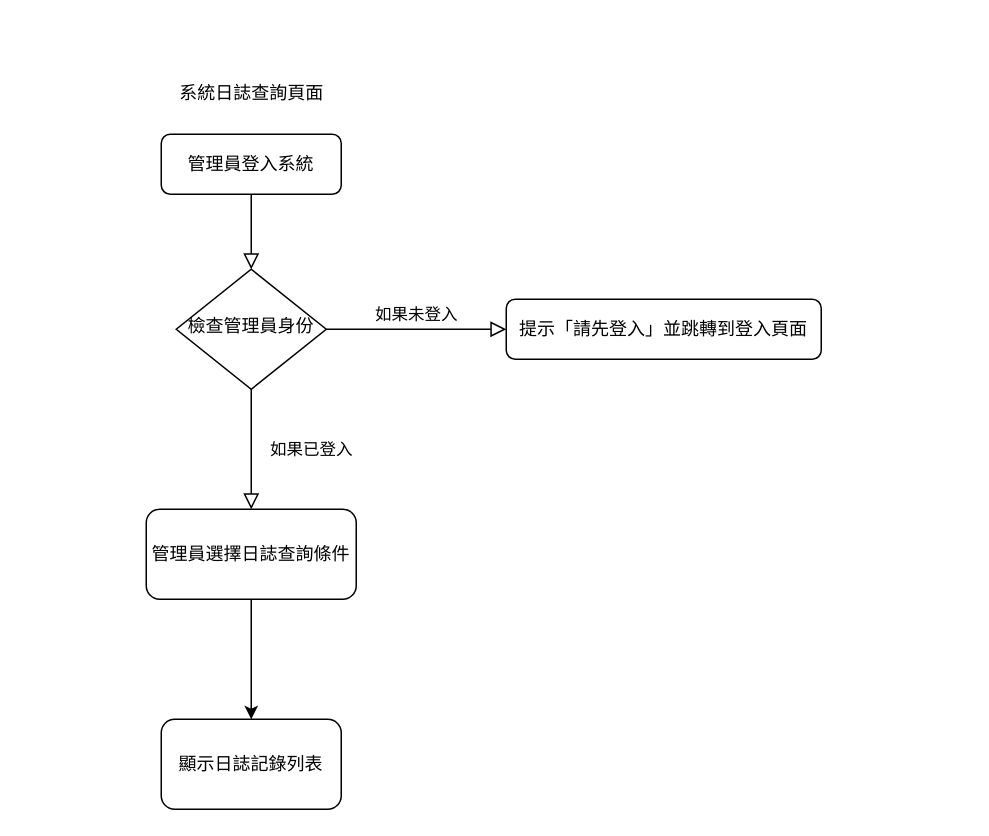
The draw.io diagram 系統流程圖(系統日誌查詢頁面).drawio in hak99101314/Maintenance-inquiry-system, before the edit. Source tidied: cells renumbered, new cells numbered last; positions are measured from the earlier drawing's top-left corner, leaving out a move shared by most shapes. Both pictures are drawn from the tidied source at 150%, with x=0, y=0 at pixel (146, 70).
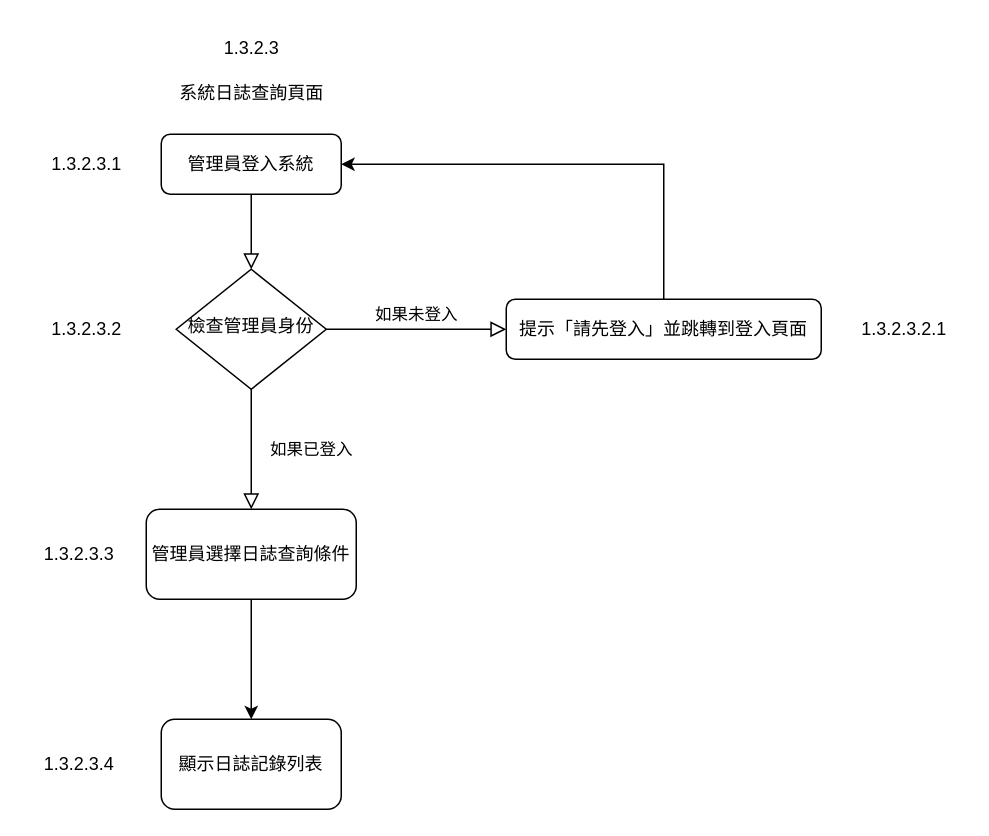
The same diagram, later.

Commit message:
更新系統流程圖(系統日誌查詢頁面).drawio

Change to the diagram source:
```diff
@@
 <mxGraphModel>
   <root>
     <mxCell id="0" />
     <mxCell id="1" parent="0" />
     <mxCell id="2" style="rounded=0;html=1;jettySize=auto;fontSize=11;endArrow=block;endFill=0;endSize=8;strokeWidth=1;shadow=0;labelBackgroundColor=none;edgeStyle=orthogonalEdgeStyle;" parent="1" edge="1" source="3" target="6">
       <mxGeometry relative="1" as="geometry" />
     </mxCell>
     <mxCell id="3" value="&lt;div&gt;管理員登入系統&lt;/div&gt;" style="rounded=1;whiteSpace=wrap;html=1;fontSize=12;glass=0;strokeWidth=1;shadow=0;" parent="1" vertex="1">
       <mxGeometry x="10" y="42" width="120" height="40" as="geometry" />
     </mxCell>
     <mxCell id="4" value="&lt;div&gt;如果已登入&lt;/div&gt;" style="rounded=0;html=1;jettySize=auto;fontSize=11;endArrow=block;endFill=0;endSize=8;strokeWidth=1;shadow=0;labelBackgroundColor=none;edgeStyle=orthogonalEdgeStyle;entryX=0.5;entryY=0;entryDx=0;entryDy=0;" parent="1" edge="1" source="6" target="10">
       <mxGeometry y="40" relative="1" as="geometry" />
     </mxCell>
     <mxCell id="5" value="&lt;div&gt;如果未登入&lt;/div&gt;" style="edgeStyle=orthogonalEdgeStyle;rounded=0;html=1;jettySize=auto;fontSize=11;endArrow=block;endFill=0;endSize=8;strokeWidth=1;shadow=0;labelBackgroundColor=none;" parent="1" edge="1" source="6" target="7">
       <mxGeometry y="10" relative="1" as="geometry" />
     </mxCell>
     <mxCell id="6" value="&lt;div&gt;檢查管理員身份&lt;/div&gt;" style="rhombus;whiteSpace=wrap;html=1;shadow=0;fontFamily=Helvetica;fontSize=12;align=center;strokeWidth=1;spacing=6;spacingTop=-4;" parent="1" vertex="1">
       <mxGeometry x="20" y="132" width="100" height="80" as="geometry" />
     </mxCell>
+    <mxCell id="12" style="edgeStyle=orthogonalEdgeStyle;rounded=0;jettySize=auto;html=1;exitX=0.5;exitY=0;exitDx=0;exitDy=0;entryX=1;entryY=0.5;entryDx=0;entryDy=0;" parent="1" edge="1" source="7" target="3">
+      <mxGeometry relative="1" as="geometry" />
+    </mxCell>
     <mxCell id="7" value="&lt;div&gt;提示「請先登入」並跳轉到登入頁面&lt;/div&gt;" style="rounded=1;whiteSpace=wrap;html=1;fontSize=12;glass=0;strokeWidth=1;shadow=0;" parent="1" vertex="1">
       <mxGeometry x="240" y="152" width="210" height="40" as="geometry" />
     </mxCell>
     <mxCell id="8" value="&lt;div&gt;系統日誌查詢頁面&lt;/div&gt;" style="text;html=1;align=center;verticalAlign=middle;strokeColor=none;fillColor=none;" parent="1" vertex="1">
       <mxGeometry x="10" width="120" height="30" as="geometry" />
     </mxCell>
     <mxCell id="9" style="edgeStyle=orthogonalEdgeStyle;rounded=0;jettySize=auto;html=1;" parent="1" edge="1" source="10" target="11">
       <mxGeometry relative="1" as="geometry" />
     </mxCell>
     <mxCell id="10" value="&lt;div&gt;管理員選擇日誌查詢條件&lt;/div&gt;" style="rounded=1;whiteSpace=wrap;html=1;" parent="1" vertex="1">
       <mxGeometry y="292" width="140" height="60" as="geometry" />
     </mxCell>
     <mxCell id="11" value="&lt;div&gt;顯示日誌記錄列表&lt;/div&gt;" style="rounded=1;whiteSpace=wrap;html=1;" parent="1" vertex="1">
       <mxGeometry x="10" y="432" width="120" height="60" as="geometry" />
     </mxCell>
+    <mxCell id="13" value="1.3.2.3" style="text;html=1;align=center;verticalAlign=middle;strokeColor=none;fillColor=none;" parent="1" vertex="1">
+      <mxGeometry x="40" y="-30" width="60" height="30" as="geometry" />
+    </mxCell>
+    <mxCell id="14" value="1.3.2.3.1" style="text;html=1;align=center;verticalAlign=middle;strokeColor=none;fillColor=none;" parent="1" vertex="1">
+      <mxGeometry x="-75" y="47" width="70" height="30" as="geometry" />
+    </mxCell>
+    <mxCell id="15" value="1.3.2.3.2" style="text;html=1;align=center;verticalAlign=middle;strokeColor=none;fillColor=none;" parent="1" vertex="1">
+      <mxGeometry x="-75" y="157" width="70" height="30" as="geometry" />
+    </mxCell>
+    <mxCell id="16" value="1.3.2.3.2.1" style="text;html=1;align=center;verticalAlign=middle;strokeColor=none;fillColor=none;" parent="1" vertex="1">
+      <mxGeometry x="465" y="157" width="80" height="30" as="geometry" />
+    </mxCell>
+    <mxCell id="17" value="1.3.2.3.3" style="text;html=1;align=center;verticalAlign=middle;strokeColor=none;fillColor=none;" parent="1" vertex="1">
+      <mxGeometry x="-80" y="307" width="70" height="30" as="geometry" />
+    </mxCell>
+    <mxCell id="18" value="1.3.2.3.4" style="text;html=1;align=center;verticalAlign=middle;strokeColor=none;fillColor=none;" parent="1" vertex="1">
+      <mxGeometry x="-80" y="447" width="70" height="30" as="geometry" />
+    </mxCell>
   </root>
 </mxGraphModel>
```
